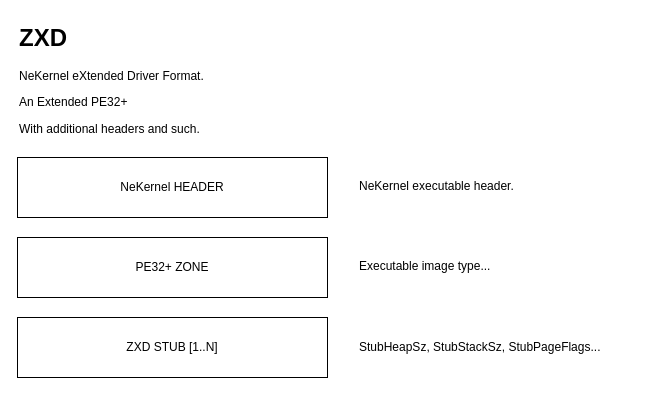
Above: docs/drawio/ZXD_DESIGN.drawio in nekernel-org/nekernel (draw.io), before the change. Source tidied: cells renumbered, new cells numbered last; positions are measured from the earlier drawing's top-left corner, leaving out a move shared by most shapes. Both pictures are drawn from the tidied source at 100%, with x=0, y=0 at pixel (17, 17).
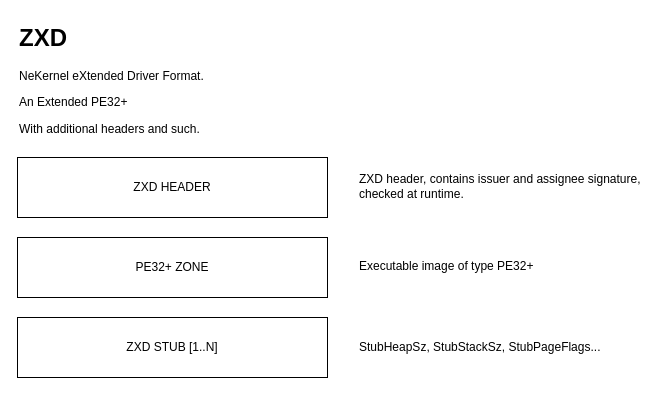
After the change.

Diff of the diagram source:
```diff
@@
 <mxGraphModel>
   <root>
     <mxCell id="0" />
     <mxCell id="1" parent="0" />
     <mxCell id="2" value="&lt;h1 style=&quot;margin-top: 0px;&quot;&gt;ZXD&lt;/h1&gt;&lt;p&gt;NeKernel eXtended Driver Format.&lt;/p&gt;&lt;p&gt;An Extended PE32+&lt;/p&gt;&lt;p&gt;With additional headers and such.&lt;/p&gt;" style="text;html=1;whiteSpace=wrap;overflow=hidden;rounded=0;" parent="1" vertex="1">
       <mxGeometry width="210" height="130" as="geometry" />
     </mxCell>
-    <mxCell id="3" value="NeKernel HEADER" style="rounded=0;whiteSpace=wrap;html=1;" parent="1" vertex="1">
+    <mxCell id="3" value="ZXD HEADER" style="rounded=0;whiteSpace=wrap;html=1;" parent="1" vertex="1">
       <mxGeometry y="140" width="310" height="60" as="geometry" />
     </mxCell>
     <mxCell id="4" value="PE32+ ZONE" style="rounded=0;whiteSpace=wrap;html=1;" parent="1" vertex="1">
       <mxGeometry y="220" width="310" height="60" as="geometry" />
     </mxCell>
     <mxCell id="5" value="ZXD STUB [1..N]" style="rounded=0;whiteSpace=wrap;html=1;" parent="1" vertex="1">
       <mxGeometry y="300" width="310" height="60" as="geometry" />
     </mxCell>
     <mxCell id="6" value="StubHeapSz, StubStackSz, StubPageFlags..." style="text;html=1;align=left;verticalAlign=middle;whiteSpace=wrap;rounded=0;" parent="1" vertex="1">
       <mxGeometry x="340" y="315" width="290" height="30" as="geometry" />
     </mxCell>
-    <mxCell id="7" value="Executable image type..." style="text;html=1;align=left;verticalAlign=middle;whiteSpace=wrap;rounded=0;" parent="1" vertex="1">
+    <mxCell id="7" value="Executable image of type PE32+&amp;nbsp;" style="text;html=1;align=left;verticalAlign=middle;whiteSpace=wrap;rounded=0;" parent="1" vertex="1">
       <mxGeometry x="340" y="234" width="290" height="30" as="geometry" />
     </mxCell>
-    <mxCell id="8" value="NeKernel executable header." style="text;html=1;align=left;verticalAlign=middle;whiteSpace=wrap;rounded=0;" parent="1" vertex="1">
+    <mxCell id="8" value="ZXD header, contains issuer and assignee signature, checked at runtime." style="text;html=1;align=left;verticalAlign=middle;whiteSpace=wrap;rounded=0;" parent="1" vertex="1">
       <mxGeometry x="340" y="154" width="290" height="30" as="geometry" />
     </mxCell>
   </root>
 </mxGraphModel>
```
